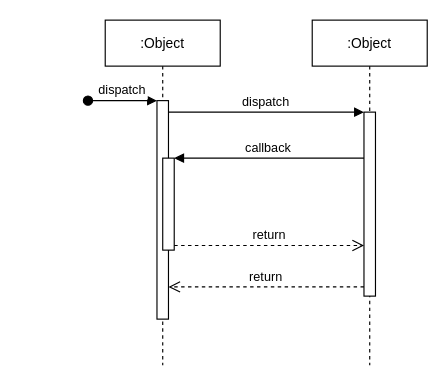
Above: smap.drawio in HurryUpWb/pdf (draw.io), before the change. Source tidied: cells renumbered, new cells numbered last; positions are measured from the earlier drawing's top-left corner, leaving out a move shared by most shapes. Both pictures are drawn from the tidied source at 115%, with x=0, y=0 at pixel (87, 20).
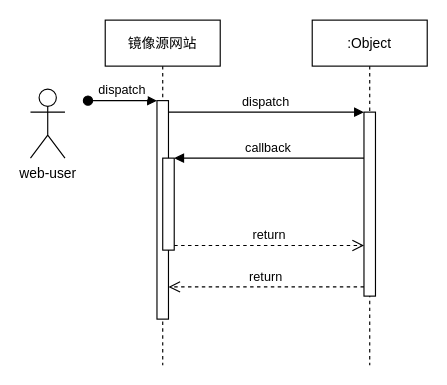
After the change.

What changed in the source:
```diff
@@
 <mxGraphModel>
   <root>
     <mxCell id="0" />
     <mxCell id="1" parent="0" />
-    <mxCell id="2" value=":Object" style="shape=umlLifeline;perimeter=lifelinePerimeter;rounded=0;shadow=0;strokeWidth=1;" parent="1" vertex="1">
+    <mxCell id="2" value="镜像源网站" style="shape=umlLifeline;perimeter=lifelinePerimeter;rounded=0;shadow=0;strokeWidth=1;" parent="1" vertex="1">
       <mxGeometry x="15" width="100" height="300" as="geometry" />
     </mxCell>
     <mxCell id="3" style="points=[];perimeter=orthogonalPerimeter;rounded=0;shadow=0;strokeWidth=1;" parent="2" vertex="1">
       <mxGeometry x="45" y="70" width="10" height="190" as="geometry" />
     </mxCell>
     <mxCell id="4" value="dispatch" style="verticalAlign=bottom;startArrow=oval;endArrow=block;startSize=8;shadow=0;strokeWidth=1;" parent="2" edge="1" target="3">
       <mxGeometry relative="1" as="geometry">
         <mxPoint x="-15" y="70" as="sourcePoint" />
       </mxGeometry>
     </mxCell>
     <mxCell id="5" style="points=[];perimeter=orthogonalPerimeter;rounded=0;shadow=0;strokeWidth=1;" parent="2" vertex="1">
       <mxGeometry x="50" y="120" width="10" height="80" as="geometry" />
     </mxCell>
     <mxCell id="6" value=":Object" style="shape=umlLifeline;perimeter=lifelinePerimeter;rounded=0;shadow=0;strokeWidth=1;" parent="1" vertex="1">
       <mxGeometry x="195" width="100" height="300" as="geometry" />
     </mxCell>
     <mxCell id="7" style="points=[];perimeter=orthogonalPerimeter;rounded=0;shadow=0;strokeWidth=1;" parent="6" vertex="1">
       <mxGeometry x="45" y="80" width="10" height="160" as="geometry" />
     </mxCell>
     <mxCell id="8" value="return" style="verticalAlign=bottom;endArrow=open;dashed=1;endSize=8;exitX=0;exitY=0.95;shadow=0;strokeWidth=1;" parent="1" edge="1" source="7" target="3">
       <mxGeometry relative="1" as="geometry" />
     </mxCell>
     <mxCell id="9" value="dispatch" style="verticalAlign=bottom;endArrow=block;entryX=0;entryY=0;shadow=0;strokeWidth=1;" parent="1" edge="1" source="3" target="7">
       <mxGeometry relative="1" as="geometry" />
     </mxCell>
     <mxCell id="10" value="callback" style="verticalAlign=bottom;endArrow=block;entryX=1;entryY=0;shadow=0;strokeWidth=1;" parent="1" edge="1" source="7" target="5">
       <mxGeometry relative="1" as="geometry" />
     </mxCell>
     <mxCell id="11" value="return" style="verticalAlign=bottom;endArrow=open;dashed=1;endSize=8;exitX=1;exitY=0.95;shadow=0;strokeWidth=1;" parent="1" edge="1" source="5" target="7">
       <mxGeometry relative="1" as="geometry" />
     </mxCell>
+    <mxCell id="12" value="web-user" style="shape=umlActor;verticalLabelPosition=bottom;verticalAlign=top;html=1;" parent="1" vertex="1">
+      <mxGeometry x="-50" y="60" width="30" height="60" as="geometry" />
+    </mxCell>
   </root>
 </mxGraphModel>
```
